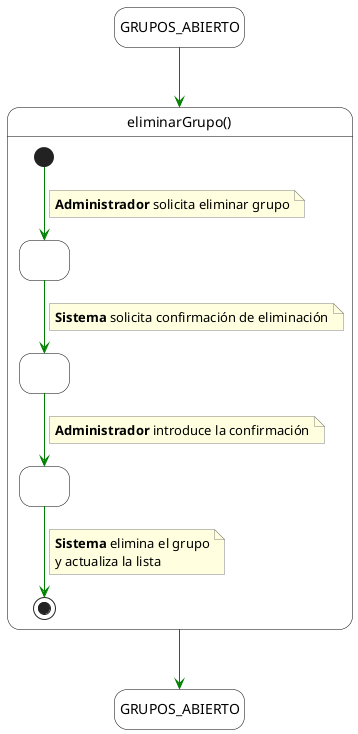
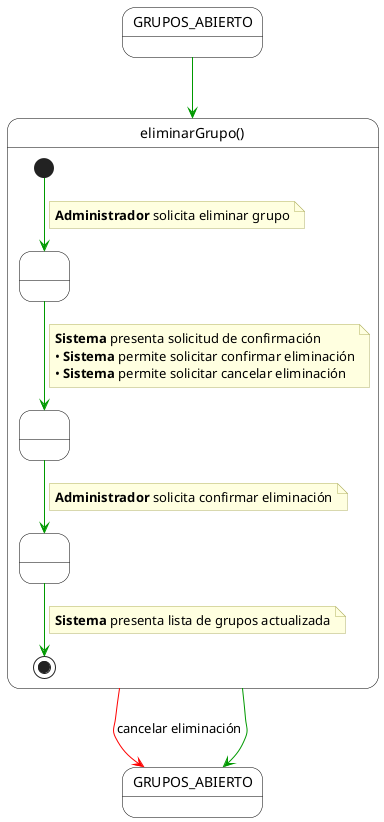
@startuml eliminarGrupo
- hide empty description
+ skinparam monochrome false
+ skinparam shadow false
+ top to bottom direction

skinparam state {
    BackgroundColor White
    BorderColor Black
-     ArrowColor Green
- }
- skinparam note {
-     BackgroundColor LightYellow
-     BorderColor Gray
+     ArrowColor #009900
}

- ' Estado inicial arriba
- state GRUPOS_ABIERTO
+ skinparam note {
+     BackgroundColor #FFFFE0
+     BorderColor #B0B060
+ }

- state "eliminarGrupo()" as MainBlock {
+ state "GRUPOS_ABIERTO" as Inicio
+ 
+ state "eliminarGrupo()" as EliminarGrupoContainer {
+     state " " as Paso1
+     state " " as Paso2
+     state " " as Paso3
+ 
    [*] --> Paso1
    note on link
        **Administrador** solicita eliminar grupo
    end note

-     state Paso1 as " "
    Paso1 --> Paso2
    note on link
-         **Sistema** solicita confirmación de eliminación
+         **Sistema** presenta solicitud de confirmación
+         • **Sistema** permite solicitar confirmar eliminación
+         • **Sistema** permite solicitar cancelar eliminación
    end note

-     state Paso2 as " "
    Paso2 --> Paso3
    note on link
-         **Administrador** introduce la confirmación
+         **Administrador** solicita confirmar eliminación
    end note

-     state Paso3 as " "
    Paso3 --> [*]
    note on link
-         **Sistema** elimina el grupo
-         y actualiza la lista
+         **Sistema** presenta lista de grupos actualizada
    end note
}

- ' Creamos un "alias" para que aparezca una copia abajo
- state "GRUPOS_ABIERTO" as GRUPOS_ABIERTO_FINAL
+ state "GRUPOS_ABIERTO" as Fin

- GRUPOS_ABIERTO -down-> MainBlock
- MainBlock -down-> GRUPOS_ABIERTO_FINAL
+ Inicio --> EliminarGrupoContainer
+ EliminarGrupoContainer --> Fin
+ EliminarGrupoContainer -[#red]right-> Fin : cancelar eliminación
@enduml